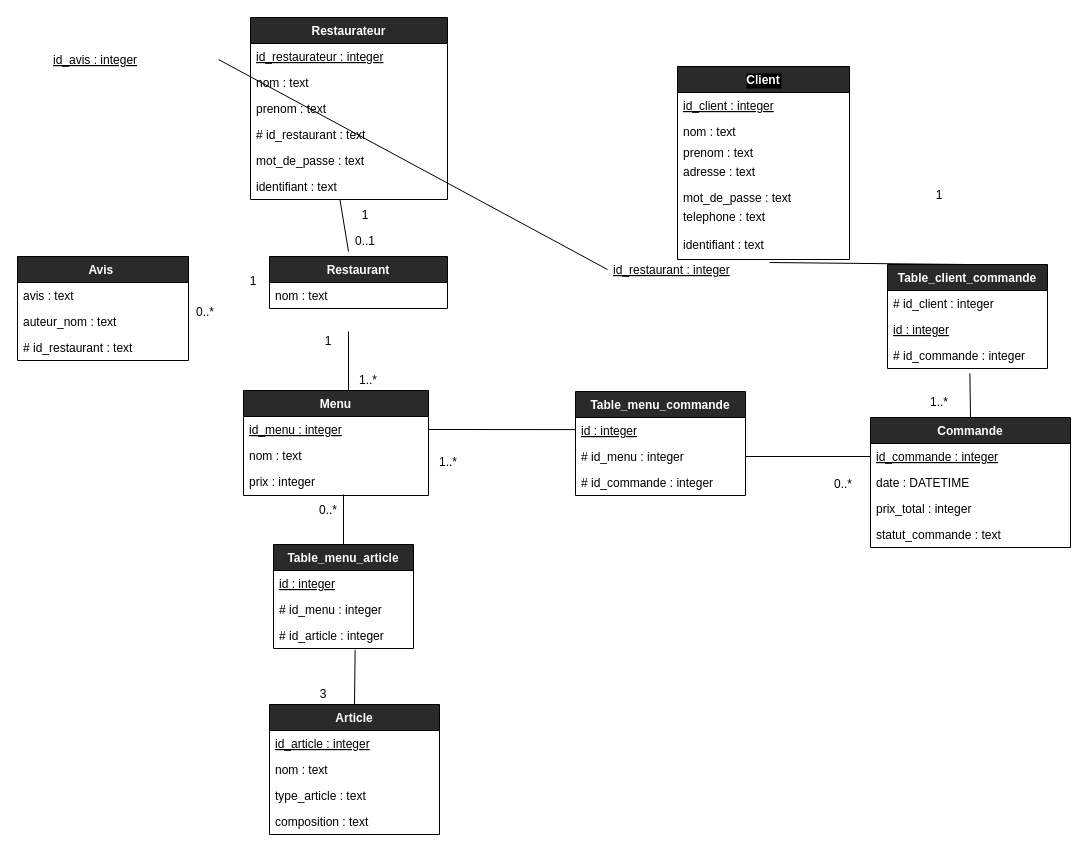
The draw.io diagram diagrammes/diagramme_logique.drawio in TheAIWizard/Ensaeats, before the edit. Source tidied: cells renumbered, new cells numbered last; positions are measured from the earlier drawing's top-left corner, leaving out a move shared by most shapes. Both pictures are drawn from the tidied source at 100%, with x=0, y=0 at pixel (17, 17).
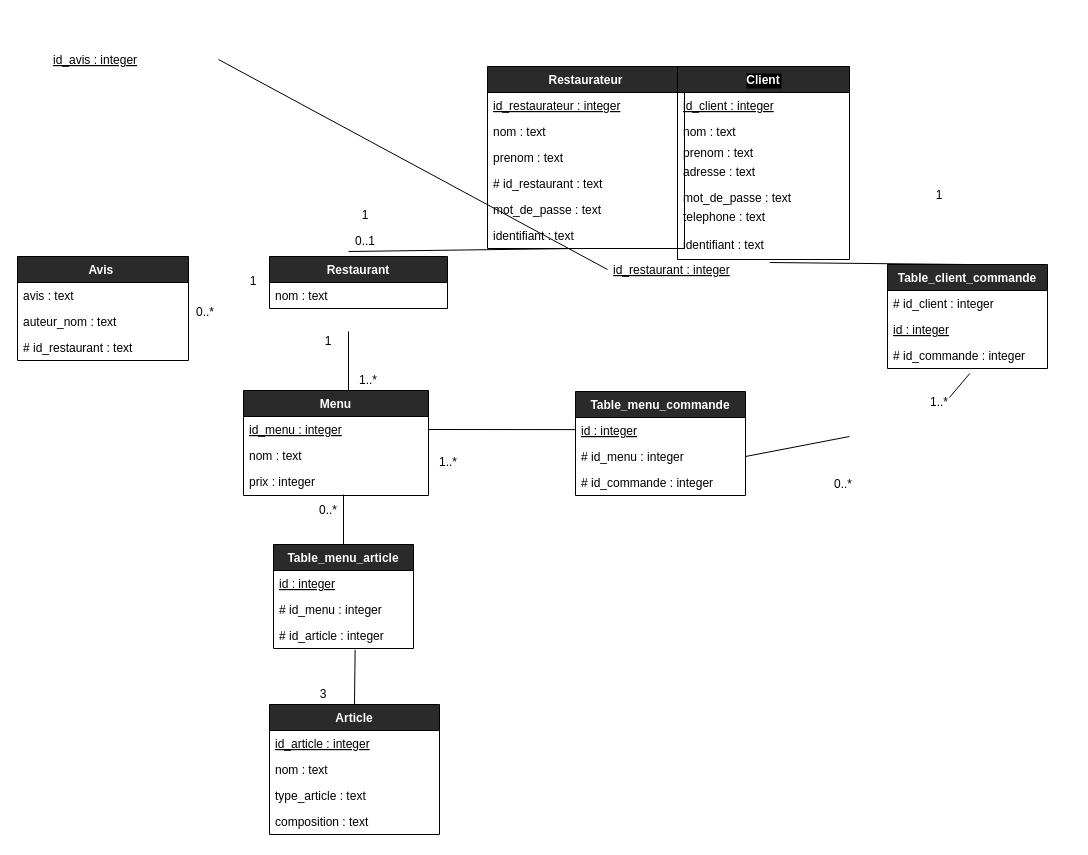
Above is the later version.

The change refers to these unchanged cells:
```xml
<mxCell id="49" value="# id_commande : integer" style="text;strokeColor=none;fillColor=none;align=left;verticalAlign=top;spacingLeft=4;spacingRight=4;overflow=hidden;points=[[0,0.5],[1,0.5]];portConstraint=eastwest;fontColor=#000000;" parent="46" vertex="1">
  <mxGeometry y="78" width="160" height="26" as="geometry" />
</mxCell>
<mxCell id="61" value="# id_menu : integer" style="text;strokeColor=none;fillColor=none;align=left;verticalAlign=top;spacingLeft=4;spacingRight=4;overflow=hidden;points=[[0,0.5],[1,0.5]];portConstraint=eastwest;fontColor=#000000;" parent="59" vertex="1">
  <mxGeometry y="52" width="170" height="26" as="geometry" />
</mxCell>
```

What changed in the source:
```diff
@@
     <mxCell id="8" value="Restaurateur" style="swimlane;fontStyle=1;horizontal=1;startSize=26;rounded=0;shadow=0;glass=0;sketch=0;fillColor=#2a2a2a;fontColor=#FFFFFF;" parent="1" vertex="1">
-      <mxGeometry x="233" width="197" height="182" as="geometry" />
+      <mxGeometry x="470" y="49" width="197" height="182" as="geometry" />
     </mxCell>
@@
-    <mxCell id="50" style="edgeStyle=none;html=1;exitX=0.5;exitY=0;exitDx=0;exitDy=0;entryX=0.515;entryY=1.187;entryDx=0;entryDy=0;entryPerimeter=0;endArrow=none;endFill=0;strokeColor=#000000;" parent="1" edge="1" source="51" target="49">
-      <mxGeometry relative="1" as="geometry" />
+    <mxCell id="50" style="edgeStyle=none;html=1;exitX=0.5;exitY=0;exitDx=0;exitDy=0;entryX=0.515;entryY=1.187;entryDx=0;entryDy=0;entryPerimeter=0;endArrow=none;endFill=0;strokeColor=#000000;" parent="1" edge="1" target="49">
+      <mxGeometry relative="1" as="geometry">
+        <mxPoint x="932" y="380" as="sourcePoint" />
+      </mxGeometry>
     </mxCell>
-    <mxCell id="51" value="Commande" style="swimlane;fontStyle=1;horizontal=1;startSize=26;rounded=0;shadow=0;glass=0;sketch=0;fillColor=#2a2a2a;fontColor=#FFFFFF;" parent="1" vertex="1">
-      <mxGeometry x="853" y="400" width="200" height="130" as="geometry" />
-    </mxCell>
-    <mxCell id="52" value="id_commande : integer" style="text;strokeColor=none;fillColor=none;align=left;verticalAlign=top;spacingLeft=4;spacingRight=4;overflow=hidden;points=[[0,0.5],[1,0.5]];portConstraint=eastwest;fontStyle=4;fontColor=#000000;" parent="51" vertex="1">
-      <mxGeometry y="26" width="200" height="26" as="geometry" />
-    </mxCell>
-    <mxCell id="53" value="date : DATETIME" style="text;strokeColor=none;fillColor=none;align=left;verticalAlign=top;spacingLeft=4;spacingRight=4;overflow=hidden;fontColor=#000000;" parent="51" vertex="1">
-      <mxGeometry y="52" width="200" height="26" as="geometry" />
-    </mxCell>
-    <mxCell id="54" value="prix_total : integer" style="text;strokeColor=none;fillColor=none;align=left;verticalAlign=top;spacingLeft=4;spacingRight=4;overflow=hidden;fontColor=#000000;" parent="51" vertex="1">
-      <mxGeometry y="78" width="200" height="26" as="geometry" />
-    </mxCell>
-    <mxCell id="55" value="statut_commande : text" style="text;strokeColor=none;fillColor=none;align=left;verticalAlign=top;spacingLeft=4;spacingRight=4;overflow=hidden;rounded=0;shadow=0;glass=0;sketch=0;fontColor=#000000;" parent="51" vertex="1">
-      <mxGeometry y="104" width="200" height="26" as="geometry" />
-    </mxCell>
-    <mxCell id="56" style="endArrow=none;html=1;exitX=1;exitY=0.5;exitDx=0;exitDy=0;entryX=0;entryY=0.5;entryDx=0;entryDy=0;strokeColor=#000000;" parent="1" edge="1" source="61" target="52">
-      <mxGeometry relative="1" as="geometry" />
+    <mxCell id="56" style="endArrow=none;html=1;exitX=1;exitY=0.5;exitDx=0;exitDy=0;entryX=0;entryY=0.5;entryDx=0;entryDy=0;strokeColor=#000000;" parent="1" edge="1" source="61">
+      <mxGeometry relative="1" as="geometry">
+        <mxPoint x="832" y="419" as="targetPoint" />
+      </mxGeometry>
     </mxCell>
```
